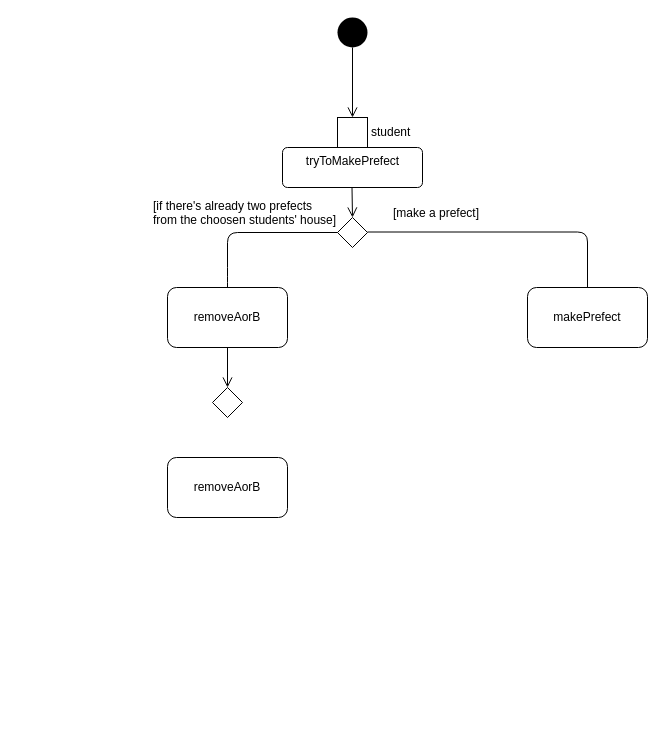
Earlier version of the draw.io diagram page "prefects" (1 of 4) of prefects.drawio (mari46re/hogwarts). Source tidied: cells renumbered, new cells numbered last; positions are measured from the earlier drawing's top-left corner, leaving out a move shared by most shapes. Both pictures are drawn from the tidied source at 100%, with x=0, y=0 at pixel (147, 17).
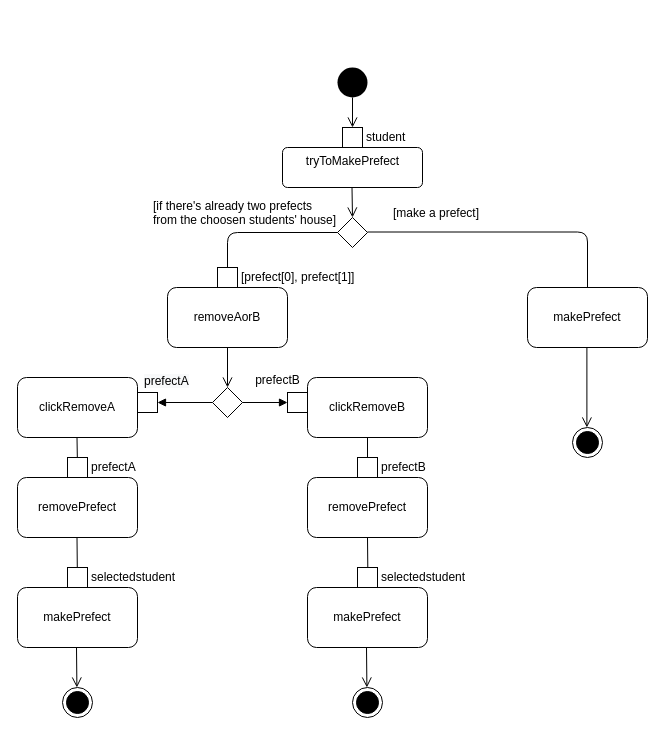
Above is the later version.

Commit message (it also covers changes not shown here):
crests and diagrams

Unchanged cells that the change refers to:
```xml
<mxCell id="13" value="removeAorB" style="rounded=1;whiteSpace=wrap;html=1;" parent="1" vertex="1">
  <mxGeometry x="20" y="270" width="120" height="60" as="geometry" />
</mxCell>
<mxCell id="15" style="rhombus;" parent="1" vertex="1">
  <mxGeometry x="65" y="370" width="30" height="30" as="geometry" />
</mxCell>
```

Change to the diagram source:
```diff
@@
     <mxCell id="2" style="ellipse;fillColor=#000000;strokeColor=none;" parent="1" vertex="1">
-      <mxGeometry x="190" width="30" height="30" as="geometry" />
+      <mxGeometry x="190" y="50" width="30" height="30" as="geometry" />
     </mxCell>
     <mxCell id="3" value="student" style="fontStyle=0;labelPosition=right;verticalLabelPosition=middle;align=left;verticalAlign=middle;spacingLeft=2;html=1;" parent="1" vertex="1">
-      <mxGeometry x="190" y="100" width="30" height="30" as="geometry" />
+      <mxGeometry x="195" y="110" width="20" height="20" as="geometry" />
     </mxCell>
@@
-    <mxCell id="16" value="removeAorB" style="rounded=1;whiteSpace=wrap;html=1;" parent="1" vertex="1">
-      <mxGeometry x="20" y="440" width="120" height="60" as="geometry" />
+    <mxCell id="16" value="clickRemoveA" style="rounded=1;whiteSpace=wrap;html=1;" parent="1" vertex="1">
+      <mxGeometry x="-130" y="360" width="120" height="60" as="geometry" />
     </mxCell>
+    <mxCell id="17" value="clickRemoveB" style="rounded=1;whiteSpace=wrap;html=1;" parent="1" vertex="1">
+      <mxGeometry x="160" y="360" width="120" height="60" as="geometry" />
+    </mxCell>
+    <mxCell id="18" style="edgeStyle=none;html=1;" parent="1" edge="1" source="19" target="16">
+      <mxGeometry relative="1" as="geometry" />
+    </mxCell>
+    <mxCell id="19" style="fontStyle=0;labelPosition=right;verticalLabelPosition=middle;align=left;verticalAlign=middle;spacingLeft=2;html=1;direction=south;" parent="1" vertex="1">
+      <mxGeometry x="-10" y="375" width="20" height="20" as="geometry" />
+    </mxCell>
+    <mxCell id="20" style="edgeStyle=none;html=1;" parent="1" edge="1" source="21" target="13">
+      <mxGeometry relative="1" as="geometry" />
+    </mxCell>
+    <mxCell id="21" value="[prefect[0], prefect[1]]" style="fontStyle=0;labelPosition=right;verticalLabelPosition=middle;align=left;verticalAlign=middle;spacingLeft=2;html=1;" parent="1" vertex="1">
+      <mxGeometry x="70" y="250" width="20" height="20" as="geometry" />
+    </mxCell>
+    <mxCell id="22" style="endArrow=open;startArrow=none;endFill=0;startFill=0;endSize=8;html=1;verticalAlign=bottom;labelBackgroundColor=none;strokeWidth=1;exitX=0.5;exitY=1;exitDx=0;exitDy=0;entryX=0.5;entryY=0;entryDx=0;entryDy=0;" parent="1" edge="1">
+      <mxGeometry relative="1" as="geometry">
+        <mxPoint x="439.4" y="330" as="sourcePoint" />
+        <mxPoint x="439.4" y="410" as="targetPoint" />
+      </mxGeometry>
+    </mxCell>
+    <mxCell id="23" style="ellipse;html=1;shape=endState;fillColor=#000000;strokeColor=#000000;" parent="1" vertex="1">
+      <mxGeometry x="425" y="410" width="30" height="30" as="geometry" />
+    </mxCell>
+    <mxCell id="24" style="edgeStyle=none;html=1;" parent="1" edge="1" source="28" target="17">
+      <mxGeometry relative="1" as="geometry" />
+    </mxCell>
+    <mxCell id="25" style="edgeStyle=none;html=1;" parent="1" edge="1" source="28" target="17">
+      <mxGeometry relative="1" as="geometry" />
+    </mxCell>
+    <mxCell id="26" style="edgeStyle=none;html=1;" parent="1" edge="1" source="28" target="17">
+      <mxGeometry relative="1" as="geometry" />
+    </mxCell>
+    <mxCell id="27" style="edgeStyle=none;html=1;" parent="1" edge="1" source="28" target="17">
+      <mxGeometry relative="1" as="geometry" />
+    </mxCell>
+    <mxCell id="28" style="fontStyle=0;labelPosition=right;verticalLabelPosition=middle;align=left;verticalAlign=middle;spacingLeft=2;html=1;direction=south;" parent="1" vertex="1">
+      <mxGeometry x="140" y="375" width="20" height="20" as="geometry" />
+    </mxCell>
+    <mxCell id="29" value="&lt;span style=&quot;text-align: left&quot;&gt;prefectB&lt;/span&gt;" style="text;html=1;align=center;verticalAlign=middle;strokeColor=none;fillColor=none;" parent="1" vertex="1">
+      <mxGeometry x="100" y="353" width="60" height="20" as="geometry" />
+    </mxCell>
+    <mxCell id="30" value="&lt;span style=&quot;color: rgb(0, 0, 0); font-family: helvetica; font-size: 12px; font-style: normal; font-weight: 400; letter-spacing: normal; text-align: left; text-indent: 0px; text-transform: none; word-spacing: 0px; background-color: rgb(248, 249, 250); display: inline; float: none;&quot;&gt;prefectA&lt;/span&gt;" style="text;whiteSpace=wrap;html=1;" parent="1" vertex="1">
+      <mxGeometry x="-5" y="350" width="70" height="30" as="geometry" />
+    </mxCell>
+    <mxCell id="31" style="html=1;verticalAlign=bottom;labelBackgroundColor=none;endArrow=block;endFill=1;exitX=0;exitY=0.5;exitDx=0;exitDy=0;entryX=0.5;entryY=0;entryDx=0;entryDy=0;" parent="1" edge="1" source="15" target="19">
+      <mxGeometry relative="1" as="geometry" />
+    </mxCell>
+    <mxCell id="32" style="html=1;verticalAlign=bottom;labelBackgroundColor=none;endArrow=block;endFill=1;exitX=1;exitY=0.5;exitDx=0;exitDy=0;entryX=0.5;entryY=1;entryDx=0;entryDy=0;" parent="1" edge="1" source="15" target="28">
+      <mxGeometry relative="1" as="geometry" />
+    </mxCell>
+    <mxCell id="33" style="html=1;verticalAlign=bottom;labelBackgroundColor=none;endArrow=block;endFill=1;exitX=0;exitY=0.5;exitDx=0;exitDy=0;" parent="1" edge="1">
+      <mxGeometry relative="1" as="geometry">
+        <mxPoint x="220" y="420" as="sourcePoint" />
+        <mxPoint x="220" y="460" as="targetPoint" />
+      </mxGeometry>
+    </mxCell>
+    <mxCell id="34" style="html=1;verticalAlign=bottom;labelBackgroundColor=none;endArrow=block;endFill=1;exitX=0;exitY=0.5;exitDx=0;exitDy=0;startArrow=none;" parent="1" edge="1" source="43">
+      <mxGeometry relative="1" as="geometry">
+        <mxPoint x="-70.5" y="460" as="targetPoint" />
+      </mxGeometry>
+    </mxCell>
+    <mxCell id="35" value="removePrefect" style="rounded=1;whiteSpace=wrap;html=1;" parent="1" vertex="1">
+      <mxGeometry x="-130" y="460" width="120" height="60" as="geometry" />
+    </mxCell>
+    <mxCell id="36" value="removePrefect" style="rounded=1;whiteSpace=wrap;html=1;" parent="1" vertex="1">
+      <mxGeometry x="160" y="460" width="120" height="60" as="geometry" />
+    </mxCell>
+    <mxCell id="37" value="makePrefect" style="rounded=1;whiteSpace=wrap;html=1;" parent="1" vertex="1">
+      <mxGeometry x="-130" y="570" width="120" height="60" as="geometry" />
+    </mxCell>
+    <mxCell id="38" value="makePrefect" style="rounded=1;whiteSpace=wrap;html=1;" parent="1" vertex="1">
+      <mxGeometry x="160" y="570" width="120" height="60" as="geometry" />
+    </mxCell>
+    <mxCell id="39" style="html=1;verticalAlign=bottom;labelBackgroundColor=none;endArrow=block;endFill=1;exitX=0;exitY=0.5;exitDx=0;exitDy=0;entryX=0.5;entryY=0;entryDx=0;entryDy=0;" parent="1" edge="1" target="37">
+      <mxGeometry relative="1" as="geometry">
+        <mxPoint x="-70.5" y="520" as="sourcePoint" />
+      </mxGeometry>
+    </mxCell>
+    <mxCell id="40" style="html=1;verticalAlign=bottom;labelBackgroundColor=none;endArrow=block;endFill=1;exitX=0;exitY=0.5;exitDx=0;exitDy=0;entryX=0.5;entryY=0;entryDx=0;entryDy=0;" parent="1" edge="1">
+      <mxGeometry relative="1" as="geometry">
+        <mxPoint x="220" y="520" as="sourcePoint" />
+        <mxPoint x="220.5" y="570" as="targetPoint" />
+      </mxGeometry>
+    </mxCell>
+    <mxCell id="41" style="edgeStyle=none;html=1;" parent="1" edge="1" source="43" target="35">
+      <mxGeometry relative="1" as="geometry" />
+    </mxCell>
+    <mxCell id="42" style="edgeStyle=none;html=1;" parent="1" edge="1" source="43" target="35">
+      <mxGeometry relative="1" as="geometry" />
+    </mxCell>
+    <mxCell id="43" value="prefectA" style="fontStyle=0;labelPosition=right;verticalLabelPosition=middle;align=left;verticalAlign=middle;spacingLeft=2;html=1;" parent="1" vertex="1">
+      <mxGeometry x="-80" y="440" width="20" height="20" as="geometry" />
+    </mxCell>
+    <mxCell id="44" style="html=1;verticalAlign=bottom;labelBackgroundColor=none;endArrow=none;endFill=1;exitX=0;exitY=0.5;exitDx=0;exitDy=0;" parent="1" edge="1" target="43">
+      <mxGeometry relative="1" as="geometry">
+        <mxPoint x="-70.5" y="420" as="sourcePoint" />
+      </mxGeometry>
+    </mxCell>
+    <mxCell id="45" value="prefectB" style="fontStyle=0;labelPosition=right;verticalLabelPosition=middle;align=left;verticalAlign=middle;spacingLeft=2;html=1;" parent="1" vertex="1">
+      <mxGeometry x="210" y="440" width="20" height="20" as="geometry" />
+    </mxCell>
+    <mxCell id="46" value="selectedstudent" style="fontStyle=0;labelPosition=right;verticalLabelPosition=middle;align=left;verticalAlign=middle;spacingLeft=2;html=1;" parent="1" vertex="1">
+      <mxGeometry x="-80" y="550" width="20" height="20" as="geometry" />
+    </mxCell>
+    <mxCell id="47" value="selectedstudent" style="fontStyle=0;labelPosition=right;verticalLabelPosition=middle;align=left;verticalAlign=middle;spacingLeft=2;html=1;" parent="1" vertex="1">
+      <mxGeometry x="210" y="550" width="20" height="20" as="geometry" />
+    </mxCell>
+    <mxCell id="48" style="endArrow=open;startArrow=none;endFill=0;startFill=0;endSize=8;html=1;verticalAlign=bottom;labelBackgroundColor=none;strokeWidth=1;entryX=0.5;entryY=0;entryDx=0;entryDy=0;" parent="1" edge="1">
+      <mxGeometry relative="1" as="geometry">
+        <mxPoint x="219" y="630" as="sourcePoint" />
+        <mxPoint x="219.4" y="670" as="targetPoint" />
+      </mxGeometry>
+    </mxCell>
+    <mxCell id="49" style="ellipse;html=1;shape=endState;fillColor=#000000;strokeColor=#000000;" parent="1" vertex="1">
+      <mxGeometry x="205" y="670" width="30" height="30" as="geometry" />
+    </mxCell>
+    <mxCell id="50" style="endArrow=open;startArrow=none;endFill=0;startFill=0;endSize=8;html=1;verticalAlign=bottom;labelBackgroundColor=none;strokeWidth=1;entryX=0.5;entryY=0;entryDx=0;entryDy=0;" parent="1" edge="1">
+      <mxGeometry relative="1" as="geometry">
+        <mxPoint x="-71" y="630" as="sourcePoint" />
+        <mxPoint x="-70.6" y="670" as="targetPoint" />
+      </mxGeometry>
+    </mxCell>
+    <mxCell id="51" style="ellipse;html=1;shape=endState;fillColor=#000000;strokeColor=#000000;" parent="1" vertex="1">
+      <mxGeometry x="-85" y="670" width="30" height="30" as="geometry" />
+    </mxCell>
```
